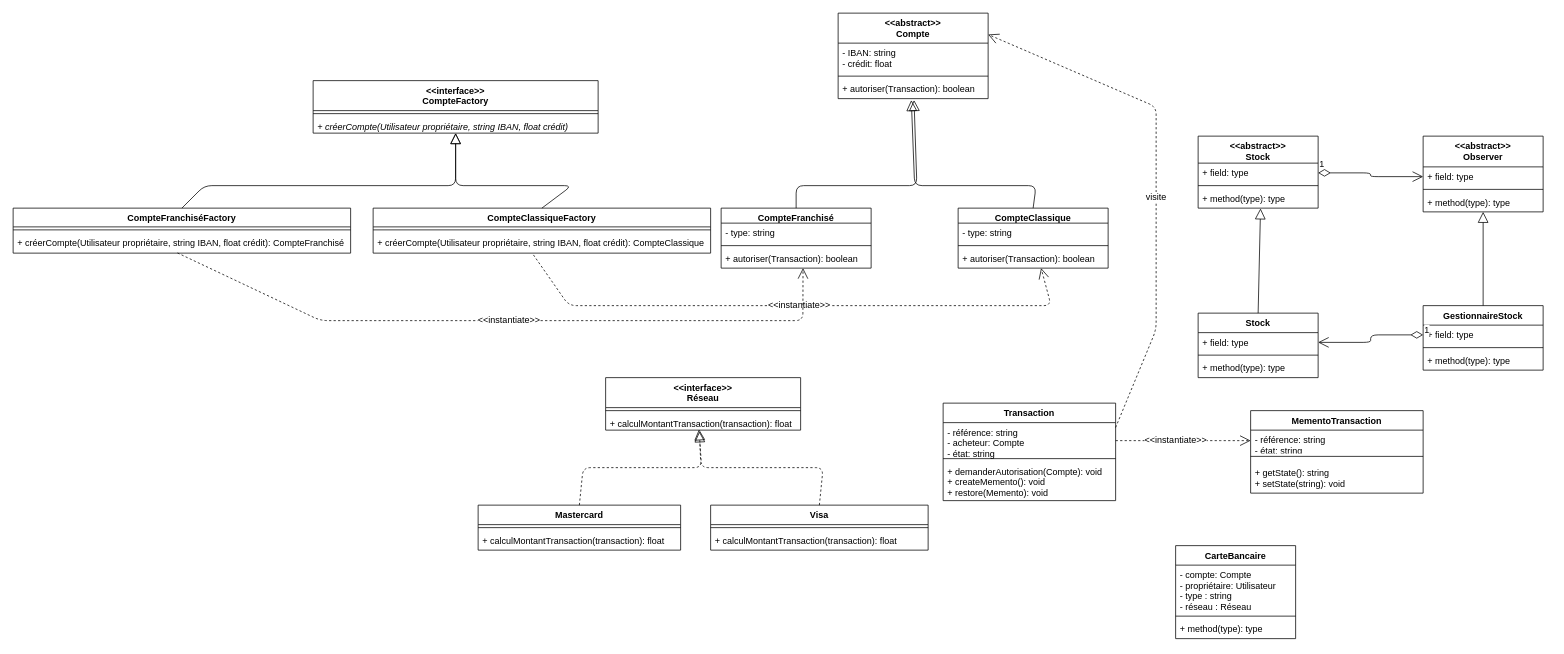
The draw.io diagram src/diagrams/designPatterneAvancePartieTransaction (1) (1) (1).drawio in uapv1705019/Projet-Design-Pattern-Avance, before the edit. Source tidied: cells renumbered, new cells numbered last; positions are measured from the earlier drawing's top-left corner, leaving out a move shared by most shapes. Both pictures are drawn from the tidied source at 75%, with x=0, y=0 at pixel (13, 13).
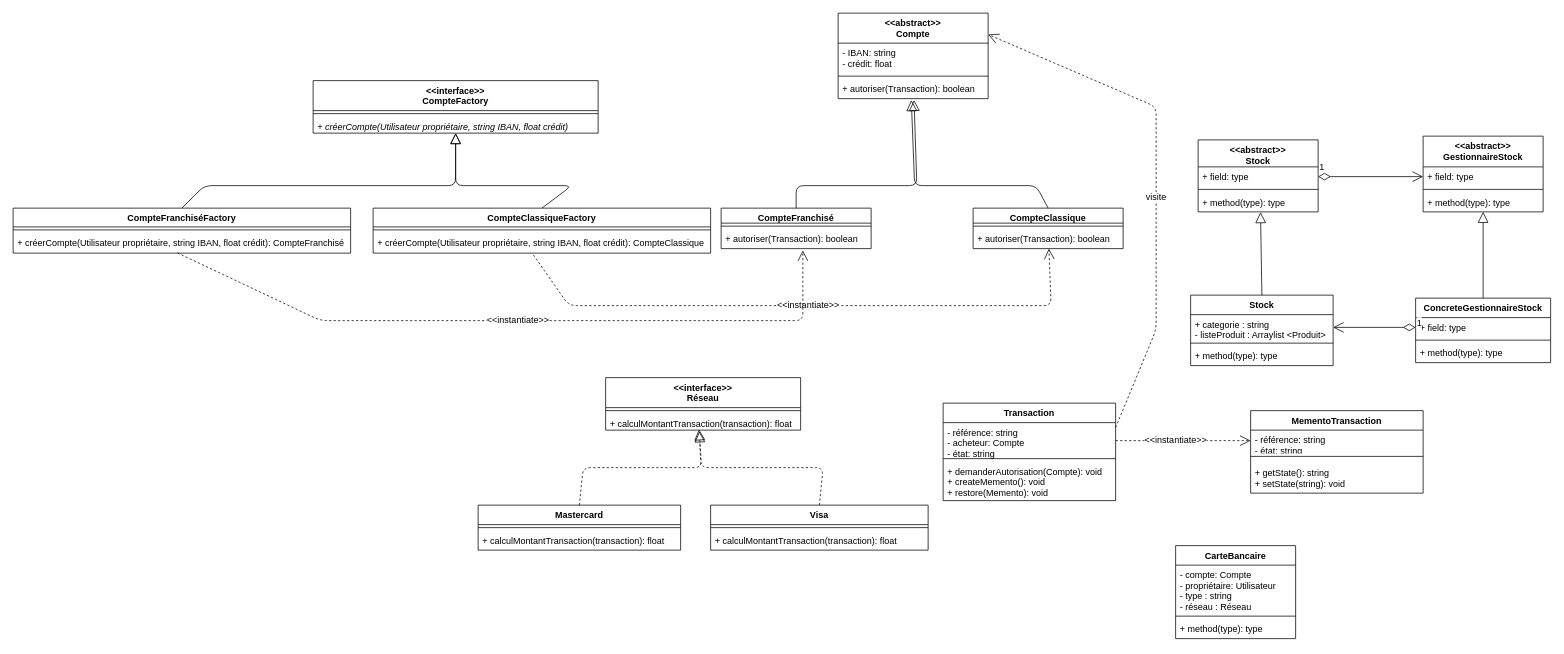
Above is the later version.

Unchanged cells that the change refers to:
```xml
<mxCell id="57" value="+ créerCompte(Utilisateur propriétaire, string IBAN, float crédit): CompteFranchisé" style="text;strokeColor=none;fillColor=none;align=left;verticalAlign=top;spacingLeft=4;spacingRight=4;overflow=hidden;points=[[0,0.5],[1,0.5]];portConstraint=eastwest;fontStyle=0;" parent="55" vertex="1">
  <mxGeometry y="33" width="450" height="27" as="geometry" />
</mxCell>
```

Change to the diagram source:
```diff
@@
     <mxCell id="17" value="CompteClassique" style="swimlane;fontStyle=1;align=center;verticalAlign=top;horizontal=1;startSize=20;fontSize=12;" parent="1" vertex="1">
-      <mxGeometry x="1260" y="260" width="200" height="80" as="geometry" />
+      <mxGeometry x="1280" y="260" width="200" height="54" as="geometry" />
     </mxCell>
-    <mxCell id="18" value="- type: string" style="text;strokeColor=none;fillColor=none;align=left;verticalAlign=top;spacingLeft=4;spacingRight=4;overflow=hidden;" parent="17" vertex="1">
-      <mxGeometry y="20" width="200" height="26" as="geometry" />
-    </mxCell>
     <mxCell id="19" style="line;strokeWidth=1;fillColor=none;align=left;verticalAlign=middle;spacingTop=-1;spacingLeft=3;spacingRight=3;labelPosition=right;" parent="17" vertex="1">
-      <mxGeometry y="46" width="200" height="8" as="geometry" />
+      <mxGeometry y="20" width="200" height="8" as="geometry" />
     </mxCell>
     <mxCell id="20" value="+ autoriser(Transaction): boolean" style="text;strokeColor=none;fillColor=none;align=left;verticalAlign=top;spacingLeft=4;spacingRight=4;overflow=hidden;" parent="17" vertex="1">
-      <mxGeometry y="54" width="200" height="26" as="geometry" />
+      <mxGeometry y="28" width="200" height="26" as="geometry" />
     </mxCell>
     <mxCell id="21" value="CompteFranchisé" style="swimlane;fontStyle=1;align=center;verticalAlign=top;horizontal=1;startSize=20;fontSize=12;" parent="1" vertex="1">
-      <mxGeometry x="944" y="260" width="200" height="80" as="geometry" />
+      <mxGeometry x="944" y="260" width="200" height="54" as="geometry" />
     </mxCell>
-    <mxCell id="22" value="- type: string" style="text;strokeColor=none;fillColor=none;align=left;verticalAlign=top;spacingLeft=4;spacingRight=4;overflow=hidden;" parent="21" vertex="1">
-      <mxGeometry y="20" width="200" height="26" as="geometry" />
-    </mxCell>
     <mxCell id="23" style="line;strokeWidth=1;fillColor=none;align=left;verticalAlign=middle;spacingTop=-1;spacingLeft=3;spacingRight=3;labelPosition=right;" parent="21" vertex="1">
-      <mxGeometry y="46" width="200" height="8" as="geometry" />
+      <mxGeometry y="20" width="200" height="8" as="geometry" />
     </mxCell>
     <mxCell id="24" value="+ autoriser(Transaction): boolean" style="text;strokeColor=none;fillColor=none;align=left;verticalAlign=top;spacingLeft=4;spacingRight=4;overflow=hidden;points=[[0,0.5],[1,0.5]];portConstraint=eastwest;" parent="21" vertex="1">
-      <mxGeometry y="54" width="200" height="26" as="geometry" />
+      <mxGeometry y="28" width="200" height="26" as="geometry" />
     </mxCell>
@@
     <mxCell id="32" value="&lt;&lt;abstract&gt;&gt;&#10;Stock" style="swimlane;fontStyle=1;align=center;verticalAlign=top;horizontal=1;startSize=36;fontSize=12;" parent="1" vertex="1">
-      <mxGeometry x="1580" y="164" width="160" height="96" as="geometry" />
+      <mxGeometry x="1580" y="169" width="160" height="96" as="geometry" />
     </mxCell>
@@
     <mxCell id="36" value="Stock" style="swimlane;fontStyle=1;align=center;verticalAlign=top;horizontal=1;startSize=26;fontSize=12;" parent="1" vertex="1">
-      <mxGeometry x="1580" y="400" width="160" height="86" as="geometry" />
+      <mxGeometry x="1570" y="376" width="190" height="94" as="geometry" />
     </mxCell>
-    <mxCell id="37" value="+ field: type" style="text;strokeColor=none;fillColor=none;align=left;verticalAlign=top;spacingLeft=4;spacingRight=4;overflow=hidden;points=[[0,0.5],[1,0.5]];portConstraint=eastwest;" parent="36" vertex="1">
-      <mxGeometry y="26" width="160" height="26" as="geometry" />
+    <mxCell id="37" value="+ categorie : string&#10;- listeProduit : Arraylist &lt;Produit&gt;&#10;" style="text;strokeColor=none;fillColor=none;align=left;verticalAlign=top;spacingLeft=4;spacingRight=4;overflow=hidden;points=[[0,0.5],[1,0.5]];portConstraint=eastwest;" parent="36" vertex="1">
+      <mxGeometry y="26" width="190" height="34" as="geometry" />
     </mxCell>
     <mxCell id="38" style="line;strokeWidth=1;fillColor=none;align=left;verticalAlign=middle;spacingTop=-1;spacingLeft=3;spacingRight=3;labelPosition=right;" parent="36" vertex="1">
-      <mxGeometry y="52" width="160" height="8" as="geometry" />
+      <mxGeometry y="60" width="190" height="8" as="geometry" />
     </mxCell>
     <mxCell id="39" value="+ method(type): type" style="text;strokeColor=none;fillColor=none;align=left;verticalAlign=top;spacingLeft=4;spacingRight=4;overflow=hidden;" parent="36" vertex="1">
-      <mxGeometry y="60" width="160" height="26" as="geometry" />
+      <mxGeometry y="68" width="190" height="26" as="geometry" />
     </mxCell>
-    <mxCell id="40" value="GestionnaireStock" style="swimlane;fontStyle=1;align=center;verticalAlign=top;horizontal=1;startSize=26;fontSize=12;" parent="1" vertex="1">
-      <mxGeometry x="1880" y="390" width="160" height="86" as="geometry" />
+    <mxCell id="40" value="ConcreteGestionnaireStock" style="swimlane;fontStyle=1;align=center;verticalAlign=top;horizontal=1;startSize=26;fontSize=12;" parent="1" vertex="1">
+      <mxGeometry x="1870" y="380" width="180" height="86" as="geometry" />
     </mxCell>
     <mxCell id="41" value="+ field: type" style="text;strokeColor=none;fillColor=none;align=left;verticalAlign=top;spacingLeft=4;spacingRight=4;overflow=hidden;points=[[0,0.5],[1,0.5]];portConstraint=eastwest;" parent="40" vertex="1">
-      <mxGeometry y="26" width="160" height="26" as="geometry" />
+      <mxGeometry y="26" width="180" height="26" as="geometry" />
     </mxCell>
     <mxCell id="42" style="line;strokeWidth=1;fillColor=none;align=left;verticalAlign=middle;spacingTop=-1;spacingLeft=3;spacingRight=3;labelPosition=right;" parent="40" vertex="1">
-      <mxGeometry y="52" width="160" height="8" as="geometry" />
+      <mxGeometry y="52" width="180" height="8" as="geometry" />
     </mxCell>
     <mxCell id="43" value="+ method(type): type" style="text;strokeColor=none;fillColor=none;align=left;verticalAlign=top;spacingLeft=4;spacingRight=4;overflow=hidden;" parent="40" vertex="1">
-      <mxGeometry y="60" width="160" height="26" as="geometry" />
+      <mxGeometry y="60" width="180" height="26" as="geometry" />
     </mxCell>
@@
-    <mxCell id="45" value="&lt;&lt;abstract&gt;&gt;&#10;Observer" style="swimlane;fontStyle=1;align=center;verticalAlign=top;horizontal=1;startSize=41;fontSize=12;" parent="1" vertex="1">
+    <mxCell id="45" value="&lt;&lt;abstract&gt;&gt;&#10;GestionnaireStock" style="swimlane;fontStyle=1;align=center;verticalAlign=top;horizontal=1;startSize=41;fontSize=12;" parent="1" vertex="1">
       <mxGeometry x="1880" y="164" width="160" height="101" as="geometry" />
     </mxCell>
@@
-    <mxCell id="64" value="&amp;lt;&amp;lt;instantiate&amp;gt;&amp;gt;" style="endArrow=open;endSize=12;dashed=1;html=1;fontSize=12;exitX=0.487;exitY=0.991;exitDx=0;exitDy=0;exitPerimeter=0;" parent="1" edge="1" source="57">
+    <mxCell id="64" value="&amp;lt;&amp;lt;instantiate&amp;gt;&amp;gt;" style="endArrow=open;endSize=12;dashed=1;html=1;fontSize=12;exitX=0.487;exitY=0.991;exitDx=0;exitDy=0;exitPerimeter=0;entryX=0.545;entryY=1.088;entryDx=0;entryDy=0;entryPerimeter=0;" parent="1" edge="1" source="57" target="24">
       <mxGeometry relative="1" as="geometry">
-        <mxPoint x="1053.2" y="340" as="targetPoint" />
         <Array as="points">
           <mxPoint x="410" y="410" />
           <mxPoint x="1053" y="410" />
         </Array>
       </mxGeometry>
     </mxCell>
```
